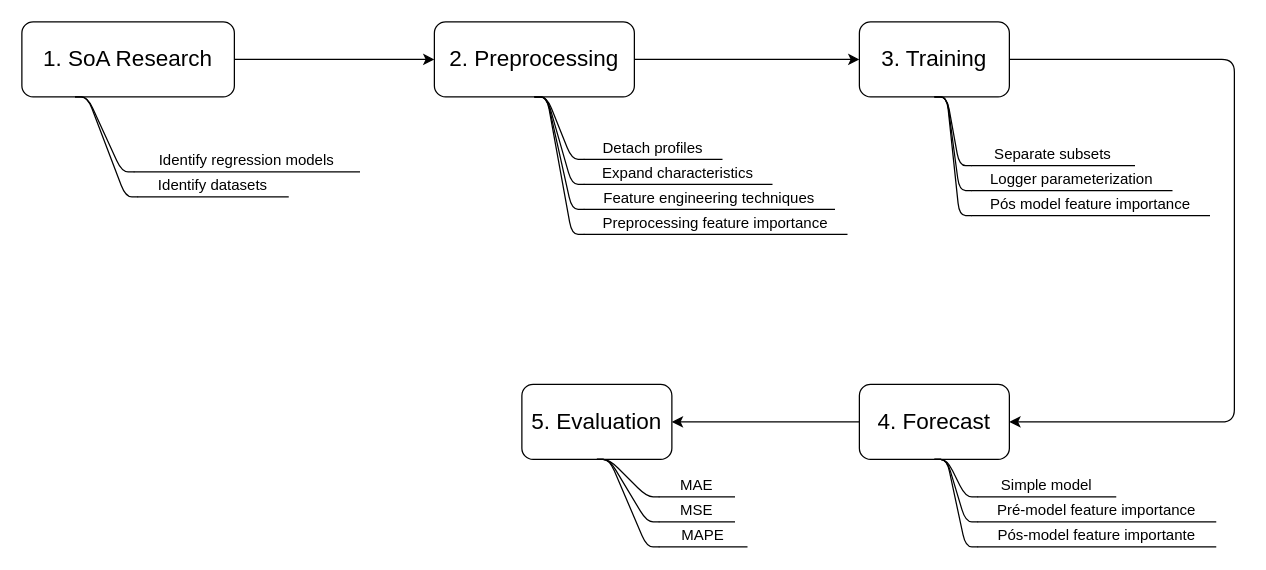
The draw.io diagram page "Page-2" (2 of 2) of methodology/imgs/method/method.drawio in pv08/consumption-forecasting, before the edit. Source tidied: cells renumbered, new cells numbered last; positions are measured from the earlier drawing's top-left corner, leaving out a move shared by most shapes. Both pictures are drawn from the tidied source at 125%, with x=0, y=0 at pixel (21, 21).
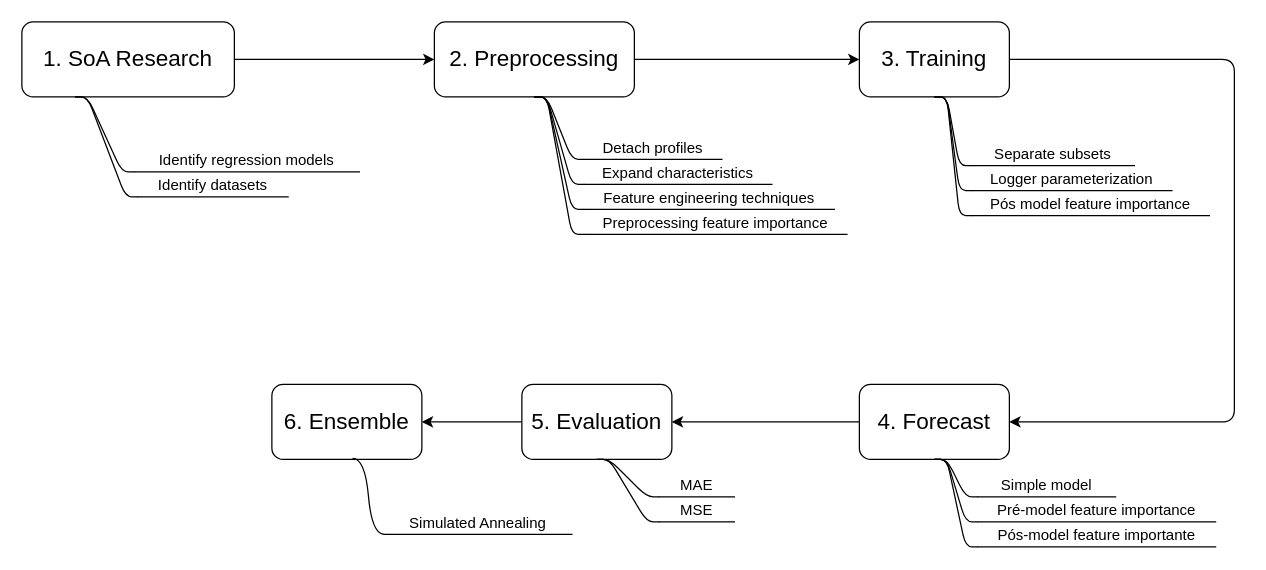
The same page after the edit.

The change refers to these unchanged cells:
```xml
<mxCell id="22" value="5. Evaluation" style="whiteSpace=wrap;html=1;fontSize=18;rounded=1;" parent="1" vertex="1">
  <mxGeometry x="400" y="290" width="120" height="60" as="geometry" />
</mxCell>
```

Diff of the diagram source:
```diff
@@
+    <mxCell id="41" style="edgeStyle=orthogonalEdgeStyle;rounded=0;jettySize=auto;html=1;entryX=1;entryY=0.5;entryDx=0;entryDy=0;" parent="1" edge="1" source="22" target="42">
+      <mxGeometry relative="1" as="geometry" />
+    </mxCell>
@@
-    <mxCell id="27" value="MAPE" style="whiteSpace=wrap;html=1;shape=partialRectangle;top=0;left=0;bottom=1;right=0;points=[[0,1],[1,1]];fillColor=none;align=center;verticalAlign=bottom;routingCenterY=0.5;snapToPoint=1;newEdgeStyle={&quot;edgeStyle&quot;:&quot;entityRelationEdgeStyle&quot;,&quot;startArrow&quot;:&quot;none&quot;,&quot;endArrow&quot;:&quot;none&quot;,&quot;segment&quot;:10,&quot;curved&quot;:1};fontSize=12;" parent="1" vertex="1">
-      <mxGeometry x="510" y="400" width="70" height="20" as="geometry" />
-    </mxCell>
-    <mxCell id="28" style="edgeStyle=entityRelationEdgeStyle;startArrow=none;endArrow=none;segment=10;rounded=1;fontSize=12;exitX=0.5;exitY=1;exitDx=0;exitDy=0;" parent="1" edge="1" source="22" target="27">
-      <mxGeometry relative="1" as="geometry" />
-    </mxCell>
@@
+    <mxCell id="42" value="6. Ensemble" style="whiteSpace=wrap;html=1;fontSize=18;rounded=1;" parent="1" vertex="1">
+      <mxGeometry x="200" y="290" width="120" height="60" as="geometry" />
+    </mxCell>
+    <mxCell id="43" value="Simulated Annealing" style="whiteSpace=wrap;html=1;shape=partialRectangle;top=0;left=0;bottom=1;right=0;points=[[0,1],[1,1]];fillColor=none;align=center;verticalAlign=bottom;routingCenterY=0.5;snapToPoint=1;newEdgeStyle={&quot;edgeStyle&quot;:&quot;entityRelationEdgeStyle&quot;,&quot;startArrow&quot;:&quot;none&quot;,&quot;endArrow&quot;:&quot;none&quot;,&quot;segment&quot;:10,&quot;curved&quot;:1};" parent="1" vertex="1">
+      <mxGeometry x="290" y="380" width="150" height="30" as="geometry" />
+    </mxCell>
+    <mxCell id="44" style="edgeStyle=entityRelationEdgeStyle;startArrow=none;endArrow=none;segment=10;curved=1;rounded=0;exitX=0.538;exitY=0.987;exitDx=0;exitDy=0;exitPerimeter=0;" parent="1" edge="1" source="42" target="43">
+      <mxGeometry relative="1" as="geometry" />
+    </mxCell>
```
